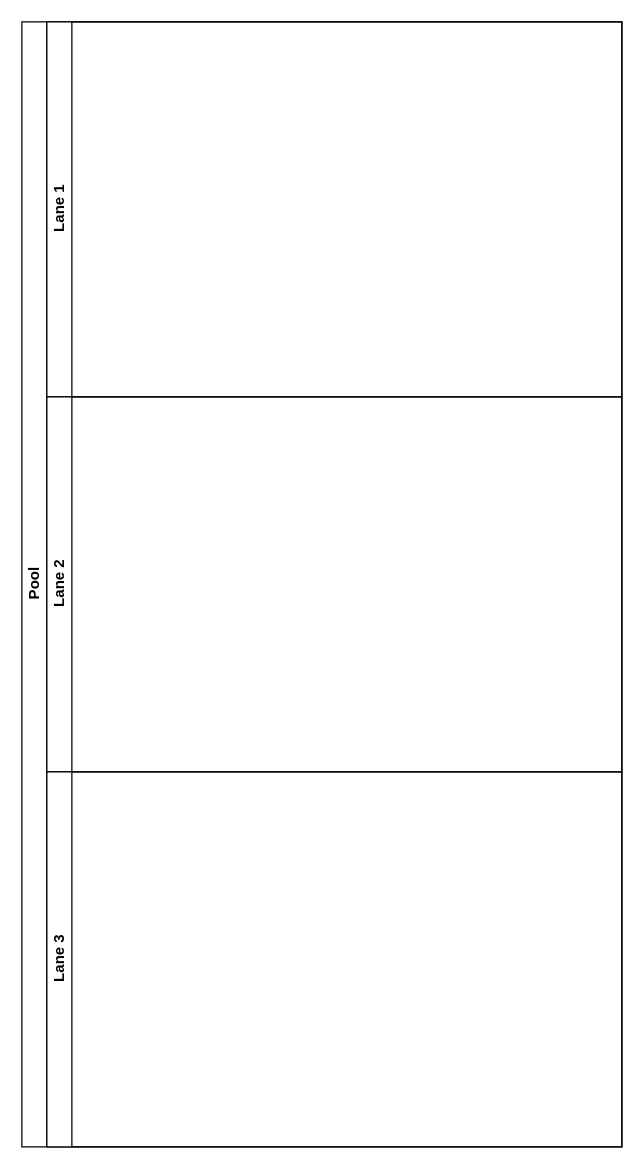
Above: Practica1_UML.drawio in alprezz/Practica1_SI (draw.io), before the change. Source tidied: cells renumbered, new cells numbered last; positions are measured from the earlier drawing's top-left corner, leaving out a move shared by most shapes. Both pictures are drawn from the tidied source at 125%, with x=0, y=0 at pixel (21, 21).
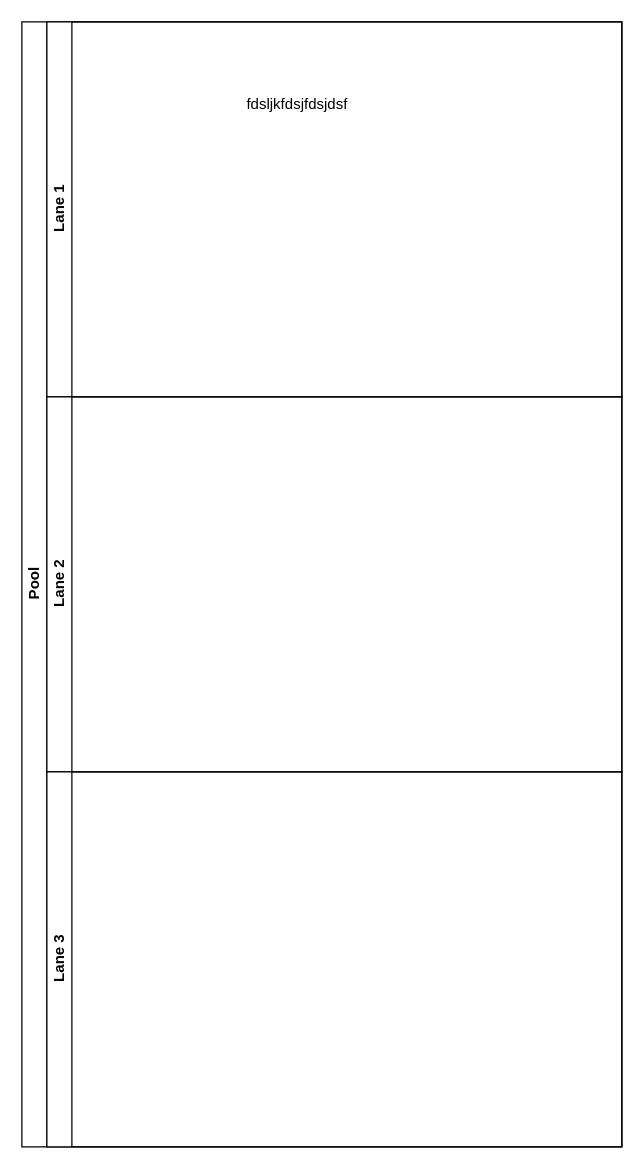
After the change.

Diff of the diagram source:
```diff
@@
 <mxGraphModel>
   <root>
     <mxCell id="0" />
     <mxCell id="1" parent="0" />
     <mxCell id="2" value="Pool" style="swimlane;horizontal=0;startSize=20;html=1;" parent="1" vertex="1">
       <mxGeometry width="480" height="900" as="geometry" />
     </mxCell>
     <mxCell id="3" value="Lane 1" style="swimlane;startSize=20;horizontal=0;html=1;" parent="2" vertex="1">
       <mxGeometry x="20" width="460" height="300" as="geometry" />
     </mxCell>
     <mxCell id="4" value="Lane 2" style="swimlane;startSize=20;horizontal=0;html=1;" parent="2" vertex="1">
       <mxGeometry x="20" y="300" width="460" height="300" as="geometry" />
     </mxCell>
     <mxCell id="5" value="Lane 3" style="swimlane;startSize=20;horizontal=0;html=1;" parent="2" vertex="1">
       <mxGeometry x="20" y="600" width="460" height="300" as="geometry" />
     </mxCell>
+    <mxCell id="6" value="&lt;div&gt;fdsljkfdsjfdsjdsf&lt;/div&gt;&lt;div&gt;&lt;br&gt;&lt;/div&gt;" style="text;html=1;align=center;verticalAlign=middle;strokeColor=none;fillColor=none;" parent="1" vertex="1">
+      <mxGeometry x="170" y="53" width="100" height="40" as="geometry" />
+    </mxCell>
   </root>
 </mxGraphModel>
```
